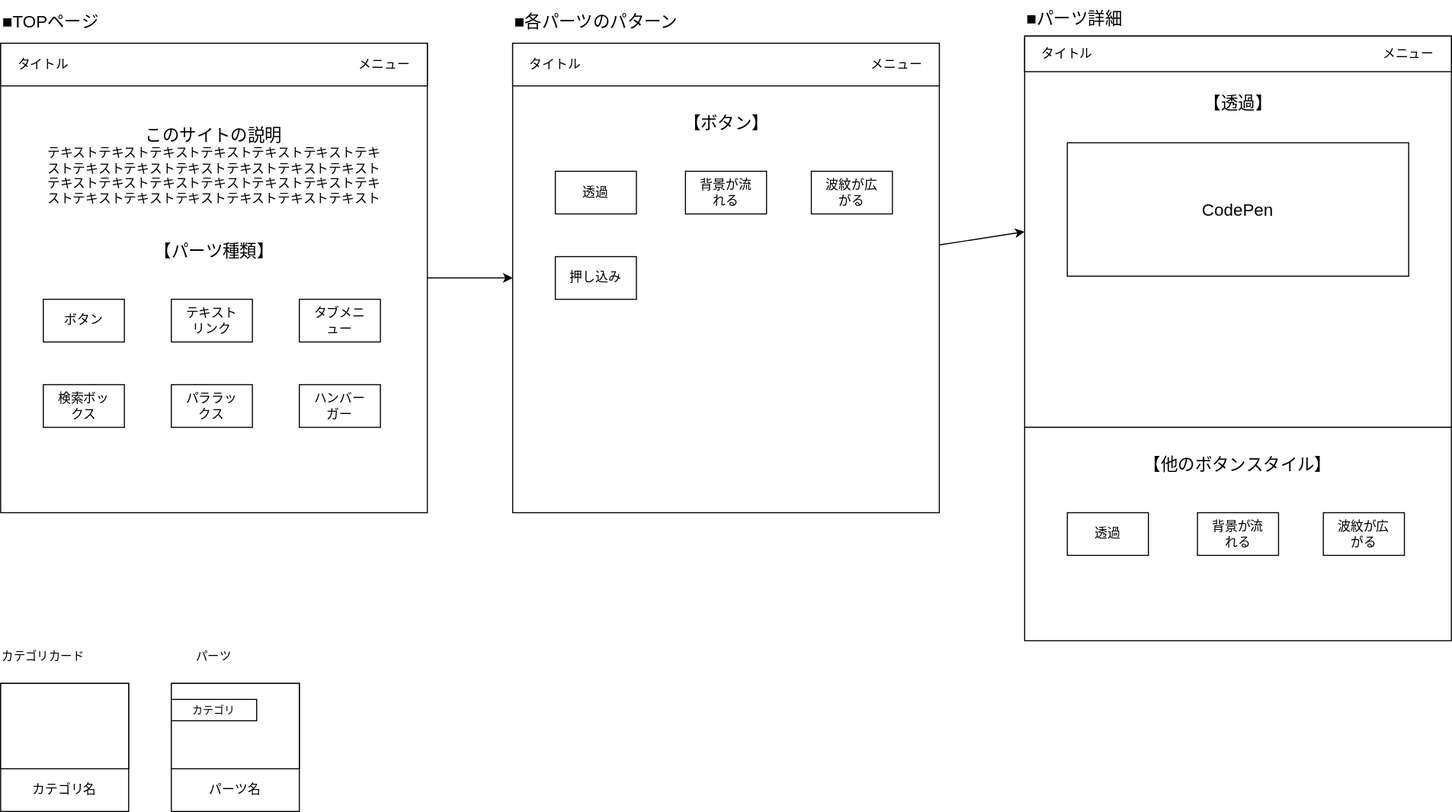
The draw.io diagram static/documents/config.drawio.svg in saito-northdetail/ui-parts-collection, before a commit. Source tidied: cells renumbered, new cells last; positions are measured from the earlier drawing's top-left corner, leaving out a move shared by most shapes.
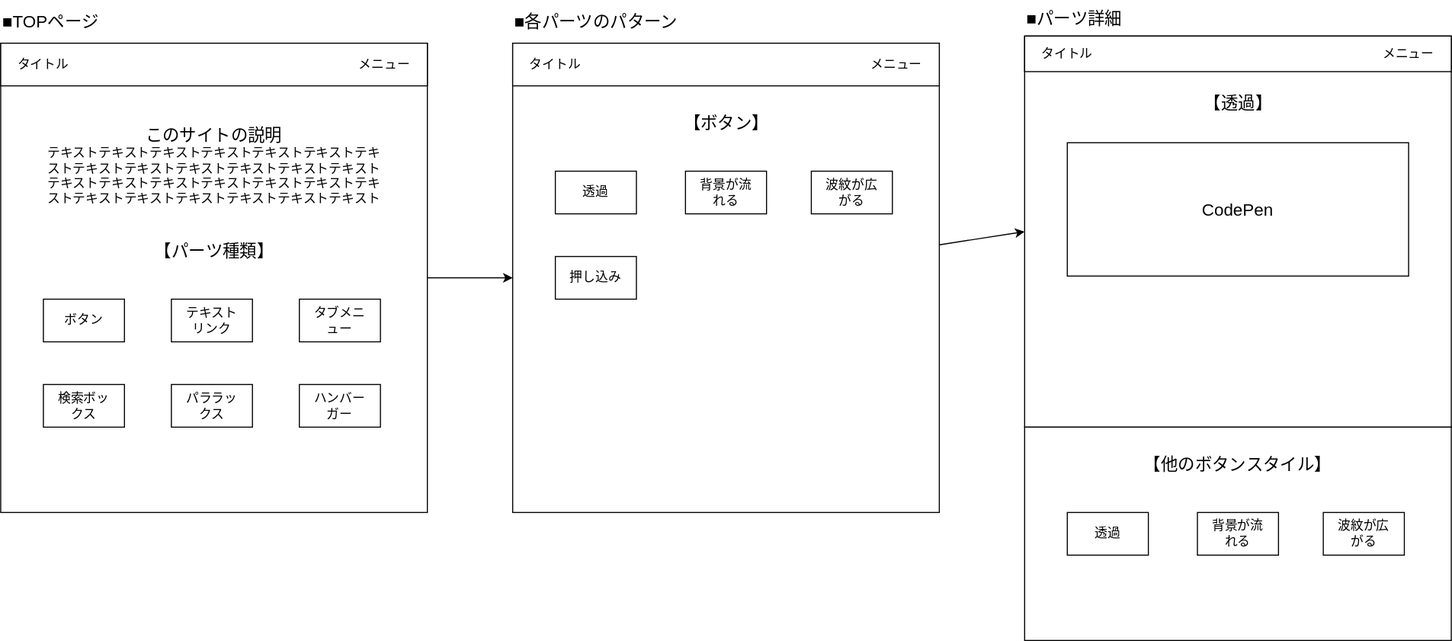
The same file after the commit.

The edit, as a diff of the source:
```diff
@@ -206,44 +206,5 @@
     <mxCell id="69" value="波紋が広がる" style="text;html=1;strokeColor=none;fillColor=none;align=center;verticalAlign=middle;whiteSpace=wrap;rounded=0;" parent="67" vertex="1">
       <mxGeometry x="8" y="5" width="60" height="30" as="geometry" />
     </mxCell>
-    <mxCell id="70" style="group;" parent="1" vertex="1">
-      <mxGeometry x="160" y="640" width="120" height="120" as="geometry" />
-    </mxCell>
-    <mxCell id="71" style="rounded=0;whiteSpace=wrap;html=1;" parent="70" vertex="1">
-      <mxGeometry width="120" height="120" as="geometry" />
-    </mxCell>
-    <mxCell id="72" style="rounded=0;whiteSpace=wrap;html=1;" parent="70" vertex="1">
-      <mxGeometry width="120" height="80" as="geometry" />
-    </mxCell>
-    <mxCell id="73" value="パーツ名" style="text;html=1;strokeColor=none;fillColor=none;align=center;verticalAlign=middle;whiteSpace=wrap;rounded=0;" parent="70" vertex="1">
-      <mxGeometry x="10" y="90" width="100" height="20" as="geometry" />
-    </mxCell>
-    <mxCell id="74" style="group;" parent="70" vertex="1">
-      <mxGeometry y="10" width="80" height="30" as="geometry" />
-    </mxCell>
-    <mxCell id="75" style="rounded=0;whiteSpace=wrap;html=1;" parent="74" vertex="1">
-      <mxGeometry y="5" width="80" height="20" as="geometry" />
-    </mxCell>
-    <mxCell id="76" value="カテゴリ" style="text;html=1;strokeColor=none;fillColor=none;align=center;verticalAlign=middle;whiteSpace=wrap;rounded=0;fontSize=10;" parent="74" vertex="1">
-      <mxGeometry x="10" width="60" height="30" as="geometry" />
-    </mxCell>
-    <mxCell id="77" style="group;" parent="1" vertex="1">
-      <mxGeometry y="640" width="120" height="120" as="geometry" />
-    </mxCell>
-    <mxCell id="78" style="rounded=0;whiteSpace=wrap;html=1;" parent="77" vertex="1">
-      <mxGeometry width="120" height="120" as="geometry" />
-    </mxCell>
-    <mxCell id="79" style="rounded=0;whiteSpace=wrap;html=1;" parent="77" vertex="1">
-      <mxGeometry width="120" height="80" as="geometry" />
-    </mxCell>
-    <mxCell id="80" value="カテゴリ名" style="text;html=1;strokeColor=none;fillColor=none;align=center;verticalAlign=middle;whiteSpace=wrap;rounded=0;" parent="77" vertex="1">
-      <mxGeometry x="10" y="90" width="100" height="20" as="geometry" />
-    </mxCell>
-    <mxCell id="81" value="カテゴリカード" style="text;html=1;strokeColor=none;fillColor=none;align=center;verticalAlign=middle;whiteSpace=wrap;rounded=0;fontSize=11;" parent="1" vertex="1">
-      <mxGeometry y="600" width="80" height="30" as="geometry" />
-    </mxCell>
-    <mxCell id="82" value="パーツ" style="text;html=1;strokeColor=none;fillColor=none;align=center;verticalAlign=middle;whiteSpace=wrap;rounded=0;fontSize=11;" parent="1" vertex="1">
-      <mxGeometry x="160" y="600" width="80" height="30" as="geometry" />
-    </mxCell>
   </root>
 </mxGraphModel>
```
